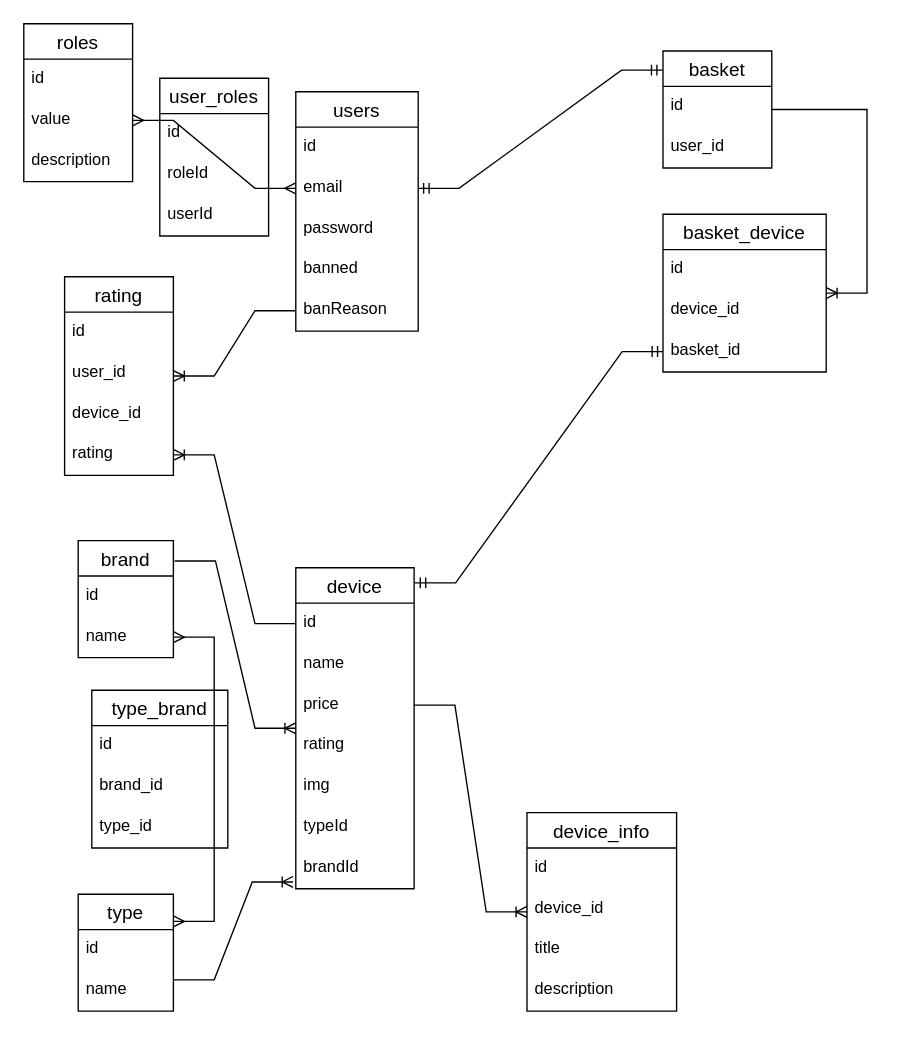
Above: README_FILES/123123.drawio in addamsv/internet-store (draw.io), before the change. Source tidied: cells renumbered, new cells numbered last; positions are measured from the earlier drawing's top-left corner, leaving out a move shared by most shapes. Both pictures are drawn from the tidied source at 136%, with x=0, y=0 at pixel (23, 23).
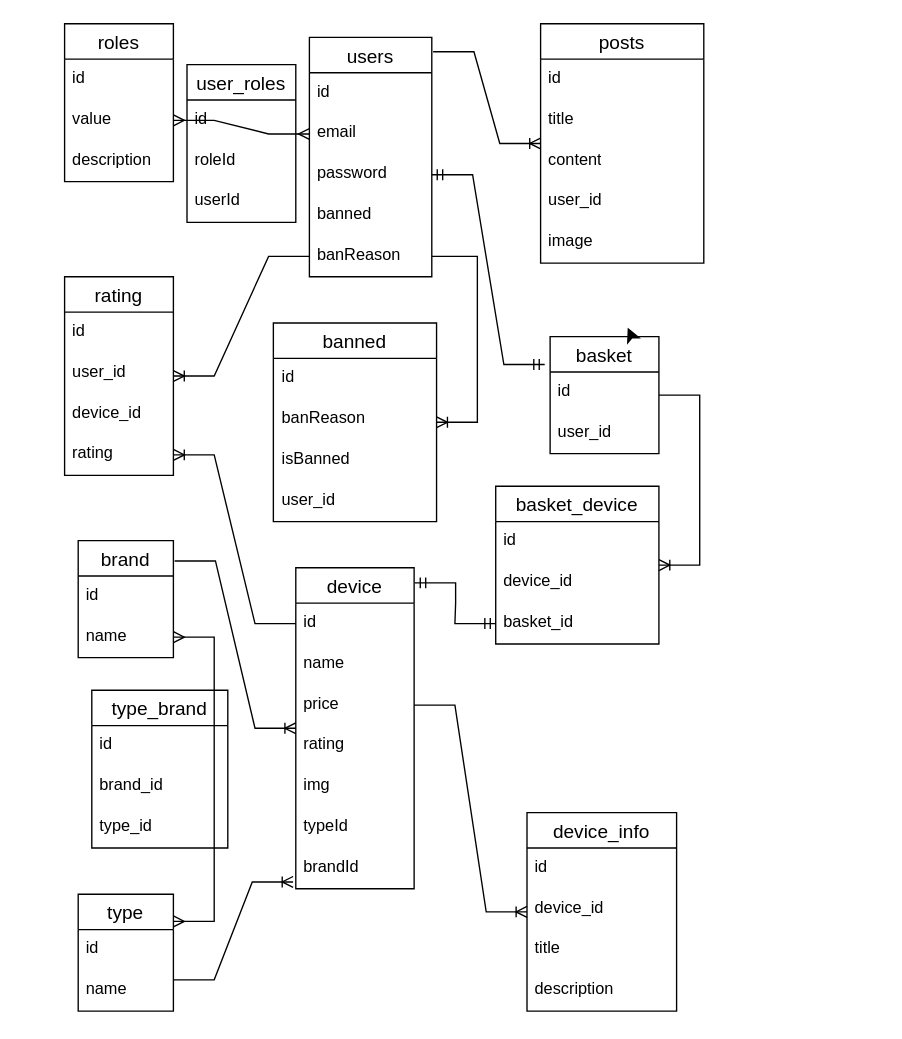
After the change.

The change refers to these unchanged cells:
```xml
<mxCell id="4" value="email" style="text;strokeColor=none;fillColor=none;spacingLeft=4;spacingRight=4;overflow=hidden;points=[[0,0.5],[1,0.5]];portConstraint=eastwest;fontSize=12;whiteSpace=wrap;html=1;" parent="2" vertex="1">
  <mxGeometry y="56" width="90" height="30" as="geometry" />
</mxCell>
<mxCell id="5" value="password" style="text;strokeColor=none;fillColor=none;spacingLeft=4;spacingRight=4;overflow=hidden;points=[[0,0.5],[1,0.5]];portConstraint=eastwest;fontSize=12;whiteSpace=wrap;html=1;" parent="2" vertex="1">
  <mxGeometry y="86" width="90" height="30" as="geometry" />
</mxCell>
<mxCell id="7" value="banReason" style="text;strokeColor=none;fillColor=none;spacingLeft=4;spacingRight=4;overflow=hidden;points=[[0,0.5],[1,0.5]];portConstraint=eastwest;fontSize=12;whiteSpace=wrap;html=1;" parent="2" vertex="1">
  <mxGeometry y="146" width="90" height="30" as="geometry" />
</mxCell>
<mxCell id="23" value="id" style="text;strokeColor=none;fillColor=none;spacingLeft=4;spacingRight=4;overflow=hidden;points=[[0,0.5],[1,0.5]];portConstraint=eastwest;fontSize=12;whiteSpace=wrap;html=1;" parent="22" vertex="1">
  <mxGeometry y="26" width="80" height="30" as="geometry" />
</mxCell>
```

What changed in the source:
```diff
@@
     <mxCell id="2" value="users" style="swimlane;fontStyle=0;horizontal=1;startSize=26;align=center;fontSize=14;" parent="1" vertex="1">
-      <mxGeometry x="200" y="50" width="90" height="176" as="geometry" />
+      <mxGeometry x="210" y="10" width="90" height="176" as="geometry" />
     </mxCell>
@@
     <mxCell id="22" value="basket" style="swimlane;fontStyle=0;horizontal=1;startSize=26;align=center;fontSize=14;" parent="1" vertex="1">
-      <mxGeometry x="470" y="20" width="80" height="86" as="geometry" />
+      <mxGeometry x="387" y="230" width="80" height="86" as="geometry" />
     </mxCell>
@@
-    <mxCell id="25" style="edgeStyle=entityRelationEdgeStyle;fontSize=12;html=1;endArrow=ERmandOne;startArrow=ERmandOne;rounded=0;exitX=1;exitY=0.5;exitDx=0;exitDy=0;entryX=-0.006;entryY=0.164;entryDx=0;entryDy=0;entryPerimeter=0;" parent="1" edge="1" source="4" target="22">
-      <mxGeometry relative="1" as="geometry" />
+    <mxCell id="25" style="edgeStyle=entityRelationEdgeStyle;fontSize=12;html=1;endArrow=ERmandOne;startArrow=ERmandOne;rounded=0;exitX=1;exitY=0.5;exitDx=0;exitDy=0;entryX=-0.05;entryY=-0.183;entryDx=0;entryDy=0;entryPerimeter=0;" parent="1" edge="1" source="5" target="23">
+      <mxGeometry relative="1" as="geometry">
+        <Array as="points">
+          <mxPoint x="410.5" y="135.9" />
+          <mxPoint x="500.5" y="195.9" />
+          <mxPoint x="460.5" y="235.9" />
+        </Array>
+      </mxGeometry>
     </mxCell>
@@
     <mxCell id="34" value="basket_device" style="swimlane;fontStyle=0;horizontal=1;startSize=26;align=center;fontSize=14;" parent="1" vertex="1">
-      <mxGeometry x="470" y="140" width="120" height="116" as="geometry" />
+      <mxGeometry x="347" y="340" width="120" height="116" as="geometry" />
     </mxCell>
@@
     <mxCell id="54" value="roles" style="swimlane;fontStyle=0;horizontal=1;startSize=26;align=center;fontSize=14;" parent="1" vertex="1">
-      <mxGeometry width="80" height="116" as="geometry" />
+      <mxGeometry x="30" width="80" height="116" as="geometry" />
     </mxCell>
@@
     <mxCell id="58" value="user_roles" style="swimlane;fontStyle=0;horizontal=1;startSize=26;align=center;fontSize=14;" parent="1" vertex="1">
-      <mxGeometry x="100" y="40" width="80" height="116" as="geometry" />
+      <mxGeometry x="120" y="30" width="80" height="116" as="geometry" />
     </mxCell>
@@
+    <mxCell id="63" value="banned" style="swimlane;fontStyle=0;horizontal=1;startSize=26;align=center;fontSize=14;" parent="1" vertex="1">
+      <mxGeometry x="183.5" y="220" width="120" height="146" as="geometry" />
+    </mxCell>
+    <mxCell id="64" value="id" style="text;strokeColor=none;fillColor=none;spacingLeft=4;spacingRight=4;overflow=hidden;fontSize=12;whiteSpace=wrap;html=1;" parent="63" vertex="1">
+      <mxGeometry y="26" width="120" height="30" as="geometry" />
+    </mxCell>
+    <mxCell id="65" value="banReason" style="text;strokeColor=none;fillColor=none;spacingLeft=4;spacingRight=4;overflow=hidden;fontSize=12;whiteSpace=wrap;html=1;" parent="63" vertex="1">
+      <mxGeometry y="56" width="120" height="30" as="geometry" />
+    </mxCell>
+    <mxCell id="66" value="isBanned" style="text;strokeColor=none;fillColor=none;spacingLeft=4;spacingRight=4;overflow=hidden;fontSize=12;whiteSpace=wrap;html=1;" parent="63" vertex="1">
+      <mxGeometry y="86" width="120" height="30" as="geometry" />
+    </mxCell>
+    <mxCell id="67" value="user_id" style="text;strokeColor=none;fillColor=none;spacingLeft=4;spacingRight=4;overflow=hidden;fontSize=12;whiteSpace=wrap;html=1;" parent="63" vertex="1">
+      <mxGeometry y="116" width="120" height="30" as="geometry" />
+    </mxCell>
+    <mxCell id="68" style="edgeStyle=entityRelationEdgeStyle;fontSize=12;html=1;endArrow=ERoneToMany;rounded=0;exitX=1;exitY=0.5;exitDx=0;exitDy=0;" parent="1" edge="1" source="7" target="63">
+      <mxGeometry relative="1" as="geometry">
+        <Array as="points">
+          <mxPoint x="270" y="200" />
+          <mxPoint x="270" y="200" />
+        </Array>
+      </mxGeometry>
+    </mxCell>
+    <mxCell id="69" value="posts" style="swimlane;fontStyle=0;horizontal=1;startSize=26;align=center;fontSize=14;" parent="1" vertex="1">
+      <mxGeometry x="380" width="120" height="176" as="geometry" />
+    </mxCell>
+    <mxCell id="70" value="id" style="text;strokeColor=none;fillColor=none;spacingLeft=4;spacingRight=4;overflow=hidden;fontSize=12;whiteSpace=wrap;html=1;" parent="69" vertex="1">
+      <mxGeometry y="26" width="120" height="30" as="geometry" />
+    </mxCell>
+    <mxCell id="71" value="title" style="text;strokeColor=none;fillColor=none;spacingLeft=4;spacingRight=4;overflow=hidden;fontSize=12;whiteSpace=wrap;html=1;" parent="69" vertex="1">
+      <mxGeometry y="56" width="120" height="30" as="geometry" />
+    </mxCell>
+    <mxCell id="72" value="content" style="text;strokeColor=none;fillColor=none;spacingLeft=4;spacingRight=4;overflow=hidden;fontSize=12;whiteSpace=wrap;html=1;" parent="69" vertex="1">
+      <mxGeometry y="86" width="120" height="30" as="geometry" />
+    </mxCell>
+    <mxCell id="73" value="user_id" style="text;strokeColor=none;fillColor=none;spacingLeft=4;spacingRight=4;overflow=hidden;fontSize=12;whiteSpace=wrap;html=1;" parent="69" vertex="1">
+      <mxGeometry y="116" width="120" height="30" as="geometry" />
+    </mxCell>
+    <mxCell id="74" value="image" style="text;strokeColor=none;fillColor=none;spacingLeft=4;spacingRight=4;overflow=hidden;fontSize=12;whiteSpace=wrap;html=1;" parent="69" vertex="1">
+      <mxGeometry y="146" width="120" height="30" as="geometry" />
+    </mxCell>
+    <mxCell id="75" style="edgeStyle=entityRelationEdgeStyle;fontSize=12;html=1;endArrow=ERoneToMany;rounded=0;exitX=1.011;exitY=0.06;exitDx=0;exitDy=0;exitPerimeter=0;" parent="1" edge="1" source="2" target="69">
+      <mxGeometry relative="1" as="geometry">
+        <Array as="points">
+          <mxPoint x="280" y="210" />
+          <mxPoint x="280" y="210" />
+        </Array>
+      </mxGeometry>
+    </mxCell>
+    <mxCell id="76" style="edgeStyle=none;curved=1;rounded=0;orthogonalLoop=1;jettySize=auto;html=1;exitX=0.75;exitY=0;exitDx=0;exitDy=0;entryX=0.713;entryY=-0.076;entryDx=0;entryDy=0;entryPerimeter=0;fontSize=12;startSize=8;endSize=8;" parent="1" edge="1" source="22" target="22">
+      <mxGeometry relative="1" as="geometry" />
+    </mxCell>
```
